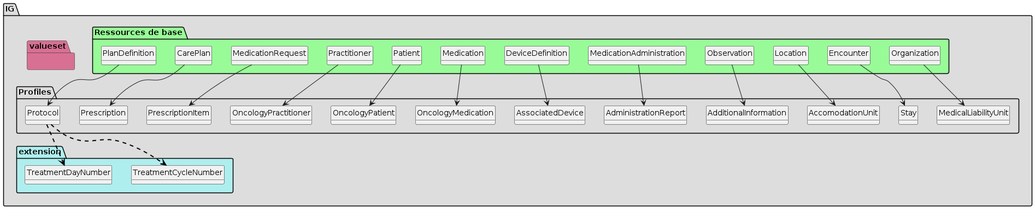
The PlantUML diagram main/plantuml/graph.png in ONCOFAIR/FHIR-ImplementationGuide-Article, before a commit.
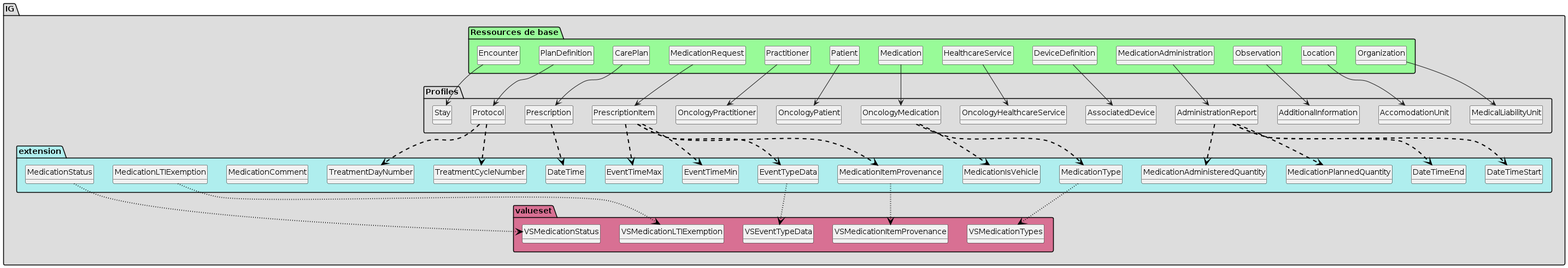
Later version of the same file.

What changed in the source:
```diff
@@ -10,16 +10,6 @@
         class MedicalLiabilityUnit{
 
              Organization.name => [1..None]
-        }
-
-        class Stay{
-
-             Encounter.identifier => [1..None]
-             Encounter.identifier.value => [1..None]
-             Encounter.status => [None..None]
-             Encounter.subject => [1..None]
-             Encounter.location => [1..None]
-             Encounter.location.location => [None..None]
         }
 
         class AccomodationUnit{
@@ -41,13 +31,20 @@
 
         class AdministrationReport{
 
+             MedicationAdministration.extension => [1..None]
+             MedicationAdministration.extension:dateTimePlannedStart => <&plus>[1..1]
+             MedicationAdministration.extension:dateTimePlannedEnd => <&plus>[0..1]
+             MedicationAdministration.extension:medicationPlannedQuantity => <&plus>[0..1]
+             MedicationAdministration.extension:medicationAdministeredQuantity => <&plus>[0..1]
              MedicationAdministration.identifier.value => [None..None]
              MedicationAdministration.basedOn => [1..1]
              MedicationAdministration.medication => [None..None]
              MedicationAdministration.subject => [None..None]
              MedicationAdministration.encounter => [1..None]
              MedicationAdministration.occurence[x] => [None..None]
-             MedicationAdministration.occurence[x]:occurencePeriod => [1..1]
+             MedicationAdministration.occurence[x]:occurencePeriod => [0..1]
+             MedicationAdministration.occurence[x]:occurencePeriod.start => [1..None]
+             MedicationAdministration.occurence[x]:occurencePeriod.end => [None..None]
              MedicationAdministration.performer => [1..None]
              MedicationAdministration.performer.actor => [None..None]
              MedicationAdministration.request => [1..None]
@@ -63,8 +60,16 @@
              DeviceDefinition.deviceName => [1..1]
         }
 
+        class OncologyHealthcareService{
+
+             HealthcareService.name => [1..None]
+        }
+
         class OncologyMedication{
 
+             Medication.extension => [None..None]
+             Medication.extension:medicationType => <&plus>[0..1]
+             Medication.extension:medicationIsVehicle => <&plus>[0..1]
              Medication.identifier => [1..None]
              Medication.identifier.value => [1..None]
              Medication.code => [1..None]
@@ -95,6 +100,11 @@
 
         class PrescriptionItem{
 
+             MedicationRequest.extension => [None..None]
+             MedicationRequest.extension:medicationItemProvenance => <&plus>[0..1]
+             MedicationRequest.extension:eventTypeData => <&plus>[0..1]
+             MedicationRequest.extension:eventTimeMin => <&plus>[0..1]
+             MedicationRequest.extension:eventTimeMax => <&plus>[0..1]
              MedicationRequest.identifier => [1..None]
              MedicationRequest.identifier.value => [1..None]
              MedicationRequest.basedOn => [None..None]
@@ -104,7 +114,6 @@
              MedicationRequest.category.coding => [1..1]
              MedicationRequest.medication => [None..None]
              MedicationRequest.subject => [None..None]
-             MedicationRequest.supportingInformation => [None..None]
              MedicationRequest.requester => [None..None]
              MedicationRequest.device => [None..None]
              MedicationRequest.note => [None..None]
@@ -132,20 +141,19 @@
              MedicationRequest.dosageInstruction.doseAndRate.rate[x]:rateRatio.numerator.value => [None..None]
              MedicationRequest.dosageInstruction.doseAndRate.rate[x]:rateRatio.numerator.unit => [None..None]
              MedicationRequest.dosageInstruction.doseAndRate.rate[x]:rateRatio.denominator.value => [None..None]
-             MedicationRequest.dispenseRequest.initialFill.quantity.value => [1..None]
         }
 
         class Prescription{
 
+             CarePlan.extension => [1..None]
+             CarePlan.extension:dateTimePrescription => <&plus>[1..1]
              CarePlan.identifier => [None..None]
              CarePlan.instantiatesCanonical => [1..1]
-             CarePlan.category => [1..1]
              CarePlan.subject => [None..None]
              CarePlan.encounter => [1..None]
              CarePlan.period => [1..None]
              CarePlan.period.start => [1..None]
              CarePlan.period.end => [1..None]
-             CarePlan.created => [1..None]
              CarePlan.supportingInfo => [1..None]
              CarePlan.activity => [1..None]
              CarePlan.activity.plannedActivityReference => [1..None]
@@ -160,15 +168,124 @@
              PlanDefinition.identifier.value => [1..None]
              PlanDefinition.name => [1..None]
              PlanDefinition.title => [1..None]
-             PlanDefinition.date => [1..None]
+             PlanDefinition.effectivePeriod.start => [1..None]
+        }
+
+        class Stay{
+
+             Encounter.identifier => [1..None]
+             Encounter.identifier.value => [1..None]
+             Encounter.status => [None..None]
+             Encounter.serviceType => [1..None]
+             Encounter.subject => [1..None]
          }
 
      }
      package extension #paleturquoise {
 
+     AdministrationReport -[#black,dashed,thickness=2]-> DateTimeStart
+     AdministrationReport -[#black,dashed,thickness=2]-> DateTimeEnd
+     AdministrationReport -[#black,dashed,thickness=2]-> MedicationPlannedQuantity
+     AdministrationReport -[#black,dashed,thickness=2]-> MedicationAdministeredQuantity
+     OncologyMedication -[#black,dashed,thickness=2]-> MedicationType
+     OncologyMedication -[#black,dashed,thickness=2]-> MedicationIsVehicle
+     PrescriptionItem -[#black,dashed,thickness=2]-> MedicationItemProvenance
+     PrescriptionItem -[#black,dashed,thickness=2]-> EventTypeData
+     PrescriptionItem -[#black,dashed,thickness=2]-> EventTimeMin
+     PrescriptionItem -[#black,dashed,thickness=2]-> EventTimeMax
+     Prescription -[#black,dashed,thickness=2]-> DateTime
      Protocol -[#black,dashed,thickness=2]-> TreatmentCycleNumber
      Protocol -[#black,dashed,thickness=2]-> TreatmentDayNumber
 
+        class DateTimeEnd{
+
+          Extension.extension => [None..0]
+          Extension.url => [None..None]
+          Extension.value[x] => [1..None]
+          Extension.value[x]:valueDateTime => [1..1]
+        }
+        class DateTimeStart{
+
+          Extension.extension => [None..0]
+          Extension.url => [None..None]
+          Extension.value[x] => [1..None]
+          Extension.value[x]:valueDateTime => [1..1]
+        }
+        class DateTime{
+
+          Extension.extension => [None..0]
+          Extension.url => [None..None]
+          Extension.value[x] => [1..None]
+          Extension.value[x]:valueDateTime => [1..1]
+        }
+        class EventTimeMax{
+
+          Extension.extension => [None..0]
+          Extension.url => [None..None]
+          Extension.value[x] => [1..None]
+          Extension.value[x]:valueTime => [1..1]
+        }
+        class EventTimeMin{
+
+          Extension.extension => [None..0]
+          Extension.url => [None..None]
+          Extension.value[x] => [1..None]
+          Extension.value[x]:valueTime => [1..1]
+        }
+        class EventTypeData{
+
+          Extension.extension => [None..0]
+          Extension.url => [None..None]
+          Extension.value[x] => [None..None]
+        }
+        class MedicationPlannedQuantity{
+
+          Extension.extension => [None..0]
+          Extension.url => [None..None]
+          Extension.value[x] => [None..None]
+        }
+        class MedicationAdministeredQuantity{
+
+          Extension.extension => [None..0]
+          Extension.url => [None..None]
+          Extension.value[x] => [None..None]
+        }
+        class MedicationComment{
+
+          Extension.extension => [None..0]
+          Extension.url => [None..None]
+          Extension.value[x] => [None..None]
+        }
+        class MedicationIsVehicle{
+
+          Extension.extension => [None..0]
+          Extension.url => [None..None]
+          Extension.value[x] => [None..None]
+        }
+        class MedicationItemProvenance{
+
+          Extension.extension => [None..0]
+          Extension.url => [None..None]
+          Extension.value[x] => [None..None]
+        }
+        class MedicationLTIExemption{
+
+          Extension.extension => [None..0]
+          Extension.url => [None..None]
+          Extension.value[x] => [None..None]
+        }
+        class MedicationStatus{
+
+          Extension.extension => [None..0]
+          Extension.url => [None..None]
+          Extension.value[x] => [None..None]
+        }
+        class MedicationType{
+
+          Extension.extension => [None..0]
+          Extension.url => [None..None]
+          Extension.value[x] => [None..None]
+        }
         class TreatmentCycleNumber{
 
           Extension.extension => [None..0]
@@ -185,6 +302,26 @@
          }
      }
      package valueset #PaleVioletRed{
+
+        class VSEventTypeData
+
+     EventTypeData -[#black,dotted,thickness=2]-> VSEventTypeData
+
+        class VSMedicationItemProvenance
+
+     MedicationItemProvenance -[#black,dotted,thickness=2]-> VSMedicationItemProvenance
+
+        class VSMedicationLTIExemption
+
+     MedicationLTIExemption -[#black,dotted,thickness=2]-> VSMedicationLTIExemption
+
+        class VSMedicationStatus
+
+     MedicationStatus -[#black,dotted,thickness=2]-> VSMedicationStatus
+
+        class VSMedicationTypes
+
+     MedicationType -[#black,dotted,thickness=2]-> VSMedicationTypes
        }
 
 package "Ressources de base" #palegreen {
@@ -192,10 +329,6 @@
  class "Organization" as  classd6b258792ff06f82933c74eeb8aef591
 
     classd6b258792ff06f82933c74eeb8aef591 --> MedicalLiabilityUnit
-
- class "Encounter" as  classd1e9f9f891de8f9a655739a01fbf68f0
-
-    classd1e9f9f891de8f9a655739a01fbf68f0 --> Stay
 
  class "Location" as  classce5bf551379459c1c61d2a204061c455
 
@@ -212,6 +345,10 @@
  class "DeviceDefinition" as  classa6797321593ef085d950f590f4014cfa
 
     classa6797321593ef085d950f590f4014cfa --> AssociatedDevice
+
+ class "HealthcareService" as  classccfbac0a7f2dd501f3a20274066b28a3
+
+    classccfbac0a7f2dd501f3a20274066b28a3 --> OncologyHealthcareService
 
  class "Medication" as  class353bd6f65060d17097c3b03141e79cce
 
@@ -236,5 +373,9 @@
  class "PlanDefinition" as  class0375201638a0df09e5ecd3c0b36df917
 
     class0375201638a0df09e5ecd3c0b36df917 --> Protocol
+
+ class "Encounter" as  classd1e9f9f891de8f9a655739a01fbf68f0
+
+    classd1e9f9f891de8f9a655739a01fbf68f0 --> Stay
 }
 @enduml
```
